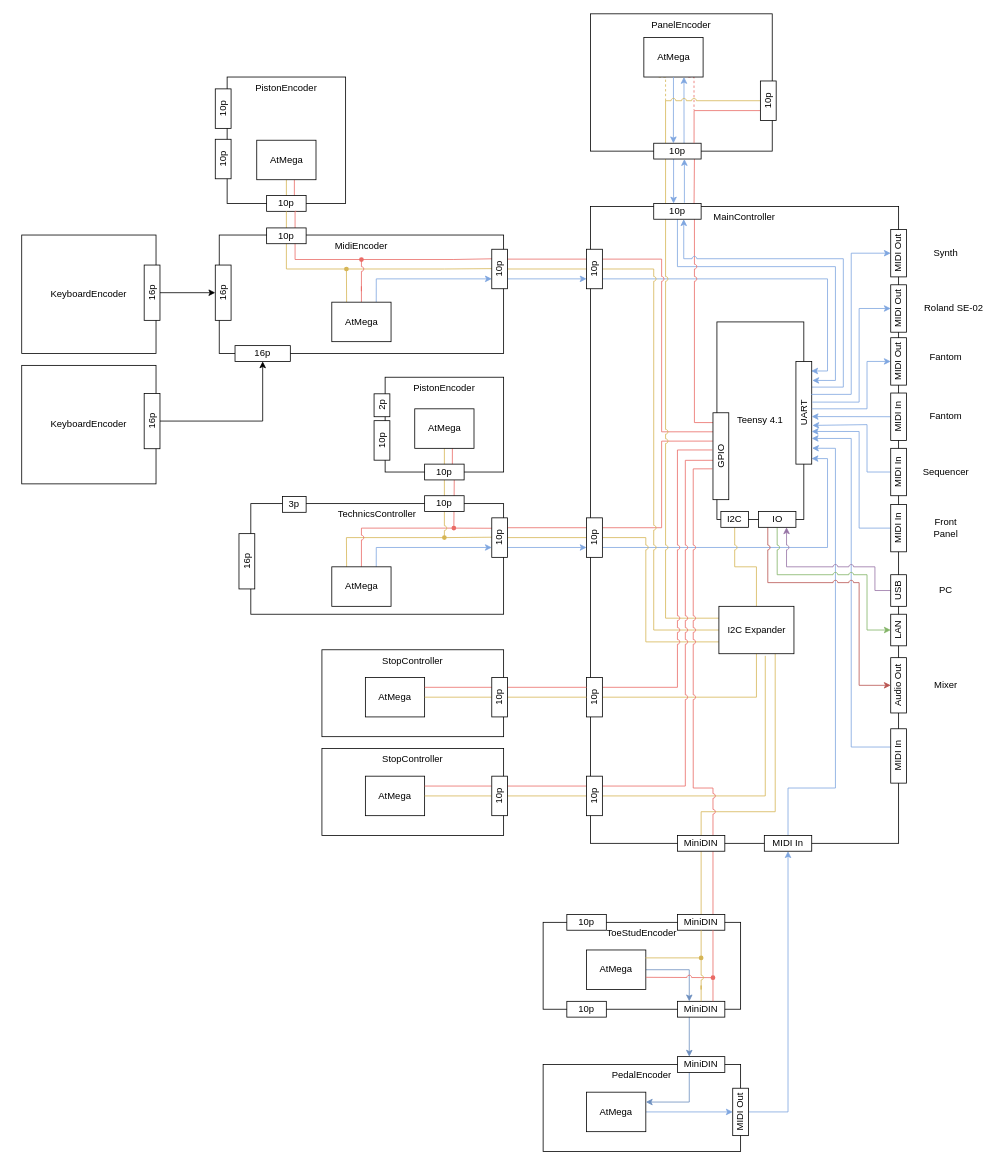
stefanhepp/eOrgan keeps this draw.io diagram as page "Connectors" (2 of 4) of boards/Boards.drawio. Above is the earlier version. Source tidied: cells renumbered, new cells numbered last; positions are measured from the earlier drawing's top-left corner, leaving out a move shared by most shapes. Both pictures are drawn from the tidied source at 79%, with x=0, y=0 at pixel (21, 13).
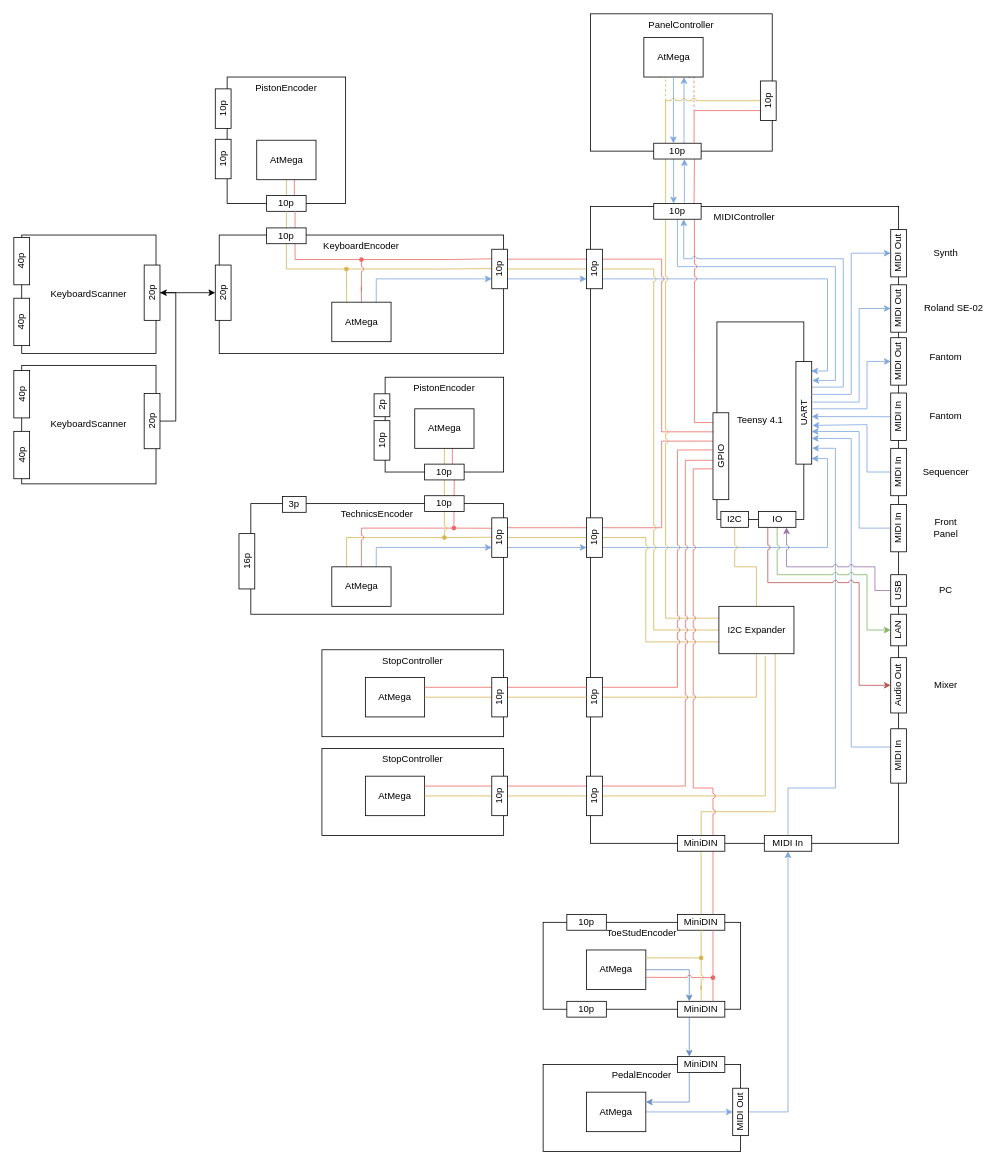
The same diagram, later.

The edit, as a diff of the source:
```diff
@@
-    <mxCell id="2" value="MidiEncoder" style="rounded=0;whiteSpace=wrap;html=1;verticalAlign=top;strokeColor=#000000;" parent="1" vertex="1">
+    <mxCell id="2" value="KeyboardEncoder" style="rounded=0;whiteSpace=wrap;html=1;verticalAlign=top;strokeColor=#000000;" parent="1" vertex="1">
       <mxGeometry x="250" y="280" width="360" height="150" as="geometry" />
     </mxCell>
@@
-    <mxCell id="25" value="16p" style="rounded=0;whiteSpace=wrap;html=1;rotation=-90;" parent="1" vertex="1">
+    <mxCell id="25" value="20p" style="rounded=0;whiteSpace=wrap;html=1;rotation=-90;" parent="1" vertex="1">
       <mxGeometry x="220" y="343" width="70" height="20" as="geometry" />
     </mxCell>
@@
-    <mxCell id="28" value="KeyboardEncoder" style="rounded=0;whiteSpace=wrap;html=1;" parent="1" vertex="1">
+    <mxCell id="28" value="KeyboardScanner" style="rounded=0;whiteSpace=wrap;html=1;" parent="1" vertex="1">
       <mxGeometry y="280" width="170" height="150" as="geometry" />
     </mxCell>
@@
-    <mxCell id="30" value="16p" style="rounded=0;whiteSpace=wrap;html=1;rotation=-90;" parent="1" vertex="1">
+    <mxCell id="30" value="20p" style="rounded=0;whiteSpace=wrap;html=1;rotation=-90;" parent="1" vertex="1">
       <mxGeometry x="130" y="343" width="70" height="20" as="geometry" />
     </mxCell>
-    <mxCell id="31" value="MainController" style="rounded=0;whiteSpace=wrap;html=1;verticalAlign=top;" parent="1" vertex="1">
+    <mxCell id="31" value="MIDIController" style="rounded=0;whiteSpace=wrap;html=1;verticalAlign=top;" parent="1" vertex="1">
       <mxGeometry x="720" y="244" width="390" height="806" as="geometry" />
     </mxCell>
-    <mxCell id="32" value="TechnicsController" style="rounded=0;whiteSpace=wrap;html=1;verticalAlign=top;" parent="1" vertex="1">
+    <mxCell id="32" value="TechnicsEncoder" style="rounded=0;whiteSpace=wrap;html=1;verticalAlign=top;" parent="1" vertex="1">
       <mxGeometry x="290" y="620" width="320" height="140" as="geometry" />
     </mxCell>
@@
-    <mxCell id="94" value="PanelEncoder" style="rounded=0;whiteSpace=wrap;html=1;verticalAlign=top;" parent="1" vertex="1">
+    <mxCell id="94" value="PanelController" style="rounded=0;whiteSpace=wrap;html=1;verticalAlign=top;" parent="1" vertex="1">
       <mxGeometry x="720" width="230" height="173.8" as="geometry" />
     </mxCell>
@@
-    <mxCell id="171" value="KeyboardEncoder" style="rounded=0;whiteSpace=wrap;html=1;" parent="1" vertex="1">
+    <mxCell id="171" value="KeyboardScanner" style="rounded=0;whiteSpace=wrap;html=1;" parent="1" vertex="1">
       <mxGeometry y="445" width="170" height="150" as="geometry" />
     </mxCell>
-    <mxCell id="172" style="edgeStyle=orthogonalEdgeStyle;rounded=0;jettySize=auto;html=1;exitX=0.5;exitY=1;exitDx=0;exitDy=0;entryX=0.5;entryY=1;entryDx=0;entryDy=0;startArrow=none;startFill=0;endArrow=classic;endFill=1;" parent="1" edge="1" source="173" target="174">
+    <mxCell id="172" style="edgeStyle=orthogonalEdgeStyle;rounded=0;jettySize=auto;html=1;exitX=0.5;exitY=1;exitDx=0;exitDy=0;entryX=0.5;entryY=1;entryDx=0;entryDy=0;startArrow=none;startFill=0;endArrow=classic;endFill=1;" parent="1" edge="1" source="173" target="30">
       <mxGeometry relative="1" as="geometry" />
     </mxCell>
-    <mxCell id="173" value="16p" style="rounded=0;whiteSpace=wrap;html=1;rotation=-90;" parent="1" vertex="1">
+    <mxCell id="173" value="20p" style="rounded=0;whiteSpace=wrap;html=1;rotation=-90;" parent="1" vertex="1">
       <mxGeometry x="130" y="505.5" width="70" height="20" as="geometry" />
     </mxCell>
-    <mxCell id="174" value="16p" style="rounded=0;whiteSpace=wrap;html=1;rotation=0;" parent="1" vertex="1">
-      <mxGeometry x="270" y="420" width="70" height="20" as="geometry" />
-    </mxCell>
+    <mxCell id="175" value="40p" style="rounded=0;whiteSpace=wrap;html=1;rotation=-90;" parent="1" vertex="1">
+      <mxGeometry x="-30" y="303" width="60" height="20" as="geometry" />
+    </mxCell>
+    <mxCell id="176" value="40p" style="rounded=0;whiteSpace=wrap;html=1;rotation=-90;" parent="1" vertex="1">
+      <mxGeometry x="-30" y="380" width="60" height="20" as="geometry" />
+    </mxCell>
+    <mxCell id="177" value="40p" style="rounded=0;whiteSpace=wrap;html=1;rotation=-90;" parent="1" vertex="1">
+      <mxGeometry x="-30" y="471.5" width="60" height="20" as="geometry" />
+    </mxCell>
+    <mxCell id="178" value="40p" style="rounded=0;whiteSpace=wrap;html=1;rotation=-90;" parent="1" vertex="1">
+      <mxGeometry x="-30" y="548.5" width="60" height="20" as="geometry" />
+    </mxCell>
```
